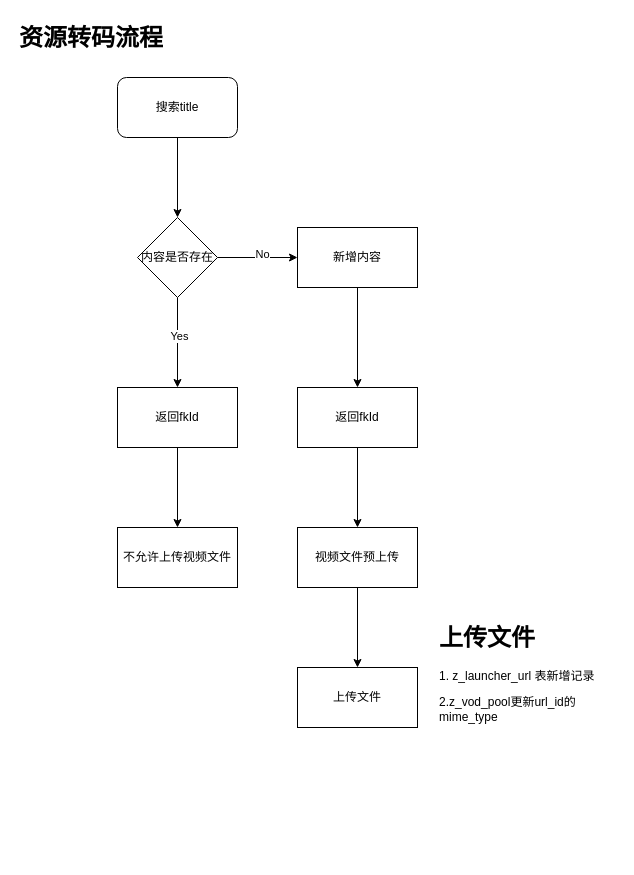
Earlier version of the draw.io diagram update/资源转码.drawio (stevezhouht/baiduCDP). Source tidied: cells renumbered, new cells numbered last; positions are measured from the earlier drawing's top-left corner, leaving out a move shared by most shapes. Both pictures are drawn from the tidied source at 100%, with x=0, y=0 at pixel (17, 17).
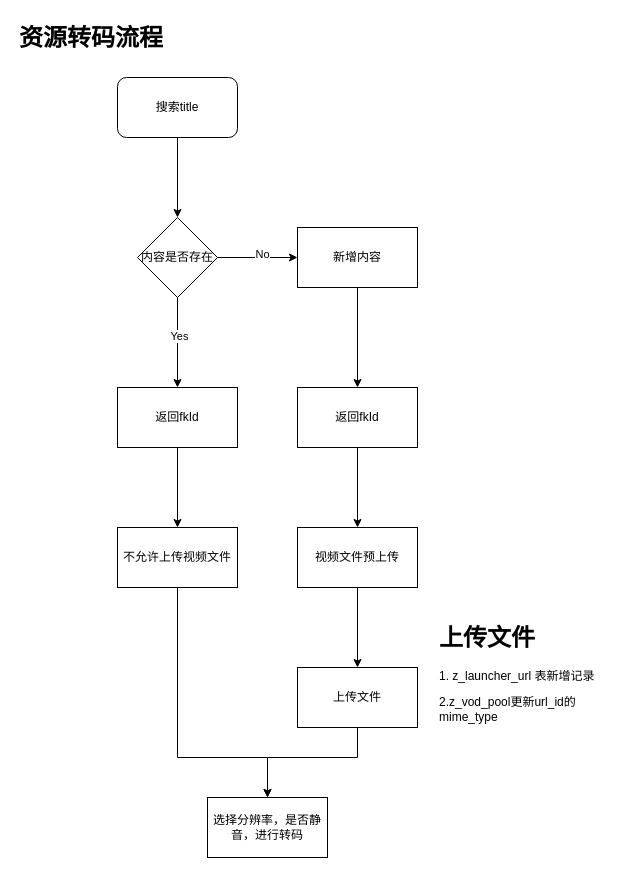
Above is the later version.

Commit message (it also covers changes not shown here):
更新资源转码.drawio

The change refers to these unchanged cells:
```xml
<mxCell id="13" value="不允许上传视频文件" style="whiteSpace=wrap;html=1;" parent="1" vertex="1">
  <mxGeometry x="100" y="510" width="120" height="60" as="geometry" />
</mxCell>
<mxCell id="18" value="上传文件" style="whiteSpace=wrap;html=1;rounded=0;" parent="1" vertex="1">
  <mxGeometry x="280" y="650" width="120" height="60" as="geometry" />
</mxCell>
```

Diff of the diagram source:
```diff
@@
+    <mxCell id="21" style="edgeStyle=orthogonalEdgeStyle;rounded=0;jettySize=auto;html=1;entryX=0.5;entryY=0;entryDx=0;entryDy=0;" parent="1" edge="1" source="18" target="22">
+      <mxGeometry relative="1" as="geometry">
+        <Array as="points">
+          <mxPoint x="340" y="740" />
+          <mxPoint x="250" y="740" />
+        </Array>
+      </mxGeometry>
+    </mxCell>
@@
+    <mxCell id="22" value="选择分辨率，是否静音，进行转码" style="rounded=0;whiteSpace=wrap;html=1;" parent="1" vertex="1">
+      <mxGeometry x="190" y="780" width="120" height="60" as="geometry" />
+    </mxCell>
+    <mxCell id="23" style="edgeStyle=orthogonalEdgeStyle;rounded=0;jettySize=auto;html=1;" parent="1" edge="1" source="13">
+      <mxGeometry relative="1" as="geometry">
+        <mxPoint x="250" y="780" as="targetPoint" />
+        <Array as="points">
+          <mxPoint x="160" y="740" />
+          <mxPoint x="250" y="740" />
+          <mxPoint x="250" y="780" />
+        </Array>
+      </mxGeometry>
+    </mxCell>
```
